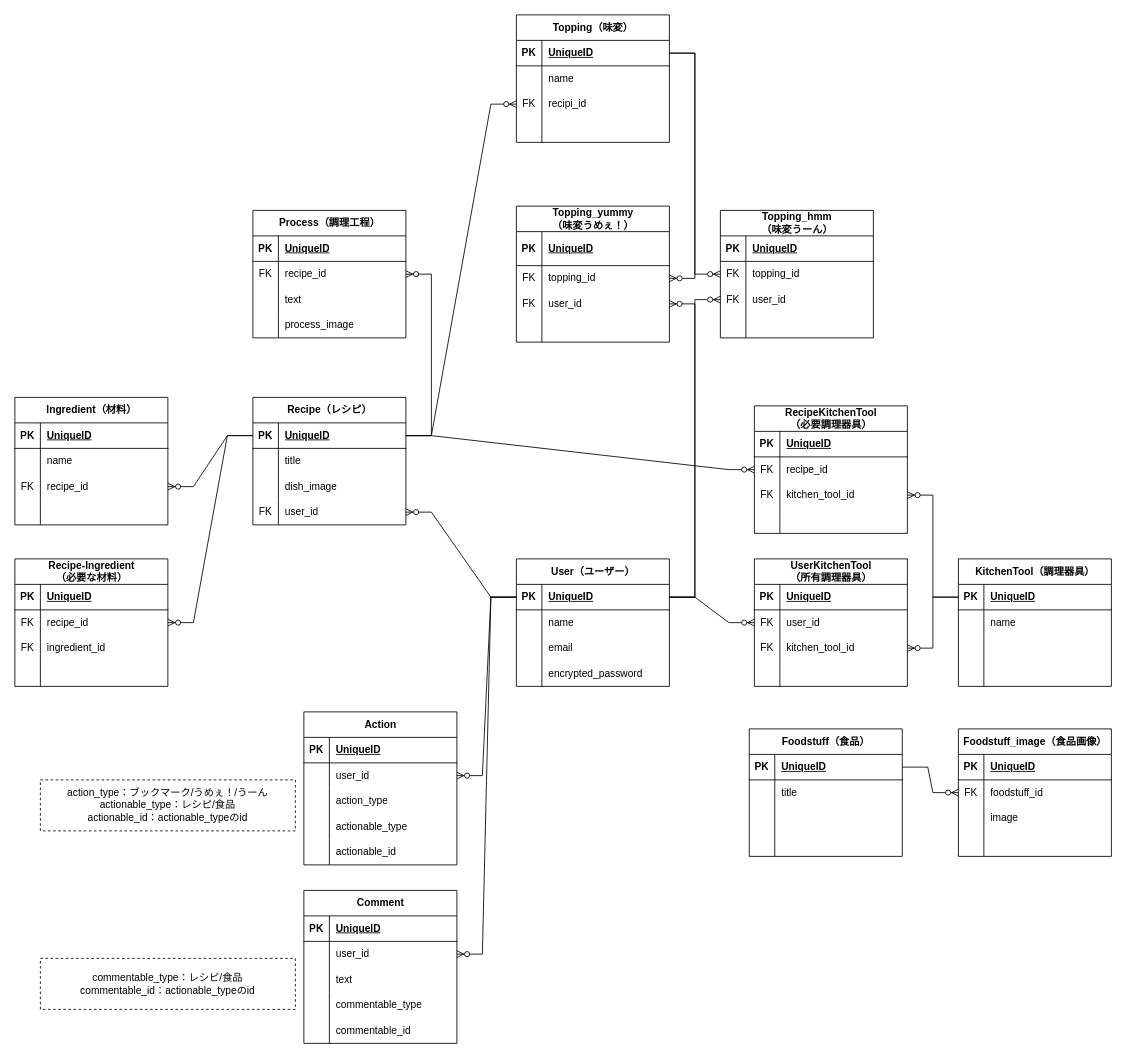
Before: E.R.Diagram_primorphic.drawio in ankoro-mochi24/portfolio, a draw.io diagram. Source tidied: cells renumbered, new cells numbered last; positions are measured from the earlier drawing's top-left corner, leaving out a move shared by most shapes. Both pictures are drawn from the tidied source at 85%, with x=0, y=0 at pixel (14, -109).
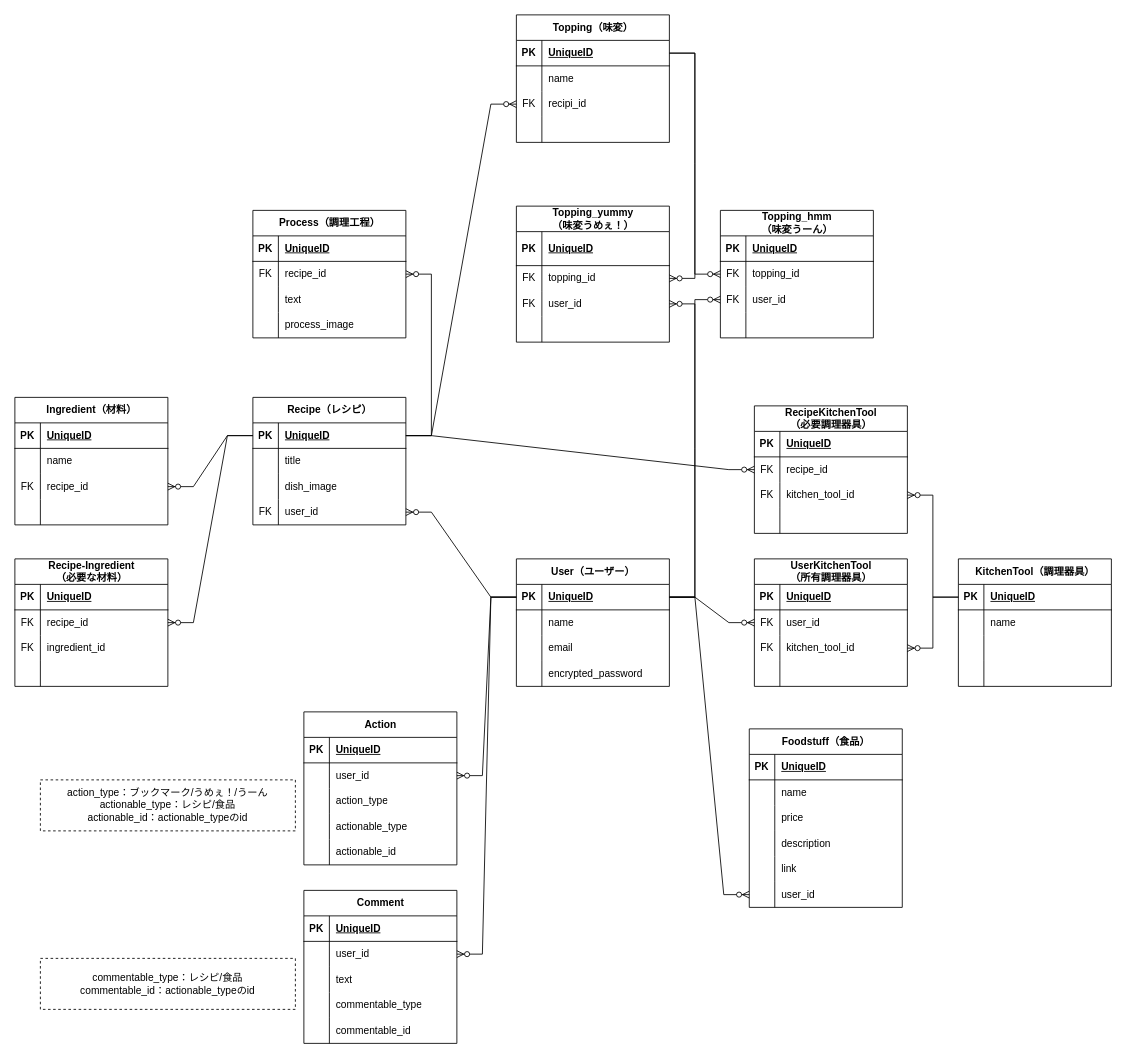
The same diagram, later.

Unchanged cells that the change refers to:
```xml
<mxCell id="3" style="shape=tableRow;horizontal=0;startSize=0;swimlaneHead=0;swimlaneBody=0;fillColor=none;points=[[0,0.5],[1,0.5]];portConstraint=eastwest;top=0;left=0;right=0;bottom=1;" parent="2" vertex="1">
  <mxGeometry y="30" width="180" height="30" as="geometry" />
</mxCell>
<mxCell id="29" style="shape=tableRow;horizontal=0;startSize=0;swimlaneHead=0;swimlaneBody=0;fillColor=none;points=[[0,0.5],[1,0.5]];portConstraint=eastwest;top=0;left=0;right=0;bottom=1;" parent="28" vertex="1">
  <mxGeometry y="30" width="180" height="30" as="geometry" />
</mxCell>
<mxCell id="32" style="shape=tableRow;horizontal=0;startSize=0;swimlaneHead=0;swimlaneBody=0;fillColor=none;top=0;left=0;right=0;bottom=0;" parent="28" vertex="1">
  <mxGeometry y="60" width="180" height="30" as="geometry" />
</mxCell>
<mxCell id="35" style="shape=tableRow;horizontal=0;startSize=0;swimlaneHead=0;swimlaneBody=0;fillColor=none;top=0;left=0;right=0;bottom=0;" parent="28" vertex="1">
  <mxGeometry y="90" width="180" height="30" as="geometry" />
</mxCell>
<mxCell id="38" style="shape=tableRow;horizontal=0;startSize=0;swimlaneHead=0;swimlaneBody=0;fillColor=none;top=0;left=0;right=0;bottom=0;" parent="28" vertex="1">
  <mxGeometry y="120" width="180" height="30" as="geometry" />
</mxCell>
```

Diff of the diagram source:
```diff
@@
     <mxCell id="28" value="Foodstuff（食品）" style="shape=table;startSize=30;childLayout=tableLayout;rowLines=0;fontStyle=1;align=center;html=1;" parent="1" vertex="1">
-      <mxGeometry x="864" y="985" width="180" height="150" as="geometry" />
+      <mxGeometry x="864" y="985" width="180" height="210" as="geometry" />
     </mxCell>
@@
-    <mxCell id="34" value="title" style="shape=partialRectangle;fillColor=none;top=0;left=0;bottom=0;right=0;align=left;spacingLeft=6;overflow=hidden;whiteSpace=wrap;html=1;" parent="32" vertex="1">
+    <mxCell id="34" value="name" style="shape=partialRectangle;fillColor=none;top=0;left=0;bottom=0;right=0;align=left;spacingLeft=6;overflow=hidden;whiteSpace=wrap;html=1;" parent="32" vertex="1">
       <mxGeometry x="30" width="150" height="30" as="geometry" />
     </mxCell>
@@
-    <mxCell id="37" style="shape=partialRectangle;fillColor=none;top=0;left=0;bottom=0;right=0;align=left;spacingLeft=6;overflow=hidden;whiteSpace=wrap;html=1;" parent="35" vertex="1">
+    <mxCell id="37" value="price" style="shape=partialRectangle;fillColor=none;top=0;left=0;bottom=0;right=0;align=left;spacingLeft=6;overflow=hidden;whiteSpace=wrap;html=1;" parent="35" vertex="1">
       <mxGeometry x="30" width="150" height="30" as="geometry" />
     </mxCell>
@@
-    <mxCell id="40" style="shape=partialRectangle;fillColor=none;top=0;left=0;bottom=0;right=0;align=left;spacingLeft=6;overflow=hidden;whiteSpace=wrap;html=1;" parent="38" vertex="1">
+    <mxCell id="40" value="description" style="shape=partialRectangle;fillColor=none;top=0;left=0;bottom=0;right=0;align=left;spacingLeft=6;overflow=hidden;whiteSpace=wrap;html=1;" parent="38" vertex="1">
       <mxGeometry x="30" width="150" height="30" as="geometry" />
     </mxCell>
+    <mxCell id="223" style="shape=tableRow;horizontal=0;startSize=0;swimlaneHead=0;swimlaneBody=0;fillColor=none;top=0;left=0;right=0;bottom=0;" parent="28" vertex="1">
+      <mxGeometry y="150" width="180" height="30" as="geometry" />
+    </mxCell>
+    <mxCell id="224" style="shape=partialRectangle;fillColor=none;top=0;left=0;bottom=0;right=0;overflow=hidden;whiteSpace=wrap;html=1;" parent="223" vertex="1">
+      <mxGeometry width="30" height="30" as="geometry" />
+    </mxCell>
+    <mxCell id="225" value="link" style="shape=partialRectangle;fillColor=none;top=0;left=0;bottom=0;right=0;align=left;spacingLeft=6;overflow=hidden;whiteSpace=wrap;html=1;" parent="223" vertex="1">
+      <mxGeometry x="30" width="150" height="30" as="geometry" />
+    </mxCell>
+    <mxCell id="226" style="shape=tableRow;horizontal=0;startSize=0;swimlaneHead=0;swimlaneBody=0;fillColor=none;points=[[0,0.5],[1,0.5]];portConstraint=eastwest;top=0;left=0;right=0;bottom=0;" parent="28" vertex="1">
+      <mxGeometry y="180" width="180" height="30" as="geometry" />
+    </mxCell>
+    <mxCell id="227" style="shape=partialRectangle;fillColor=none;top=0;left=0;bottom=0;right=0;overflow=hidden;whiteSpace=wrap;html=1;" parent="226" vertex="1">
+      <mxGeometry width="30" height="30" as="geometry" />
+    </mxCell>
+    <mxCell id="228" value="user_id" style="shape=partialRectangle;fillColor=none;top=0;left=0;bottom=0;right=0;align=left;spacingLeft=6;overflow=hidden;whiteSpace=wrap;html=1;" parent="226" vertex="1">
+      <mxGeometry x="30" width="150" height="30" as="geometry" />
+    </mxCell>
@@
-    <mxCell id="145" value="Foodstuff_image（食品画像）" style="shape=table;startSize=30;childLayout=tableLayout;rowLines=0;fontStyle=1;align=center;html=1;" parent="1" vertex="1">
-      <mxGeometry x="1110" y="985" width="180" height="150" as="geometry" />
-    </mxCell>
-    <mxCell id="146" style="shape=tableRow;horizontal=0;startSize=0;swimlaneHead=0;swimlaneBody=0;fillColor=none;top=0;left=0;right=0;bottom=1;" parent="145" vertex="1">
-      <mxGeometry y="30" width="180" height="30" as="geometry" />
-    </mxCell>
-    <mxCell id="147" value="PK" style="shape=partialRectangle;fillColor=none;top=0;left=0;bottom=0;right=0;fontStyle=1;overflow=hidden;whiteSpace=wrap;html=1;" parent="146" vertex="1">
-      <mxGeometry width="30" height="30" as="geometry" />
-    </mxCell>
-    <mxCell id="148" value="UniqueID" style="shape=partialRectangle;fillColor=none;top=0;left=0;bottom=0;right=0;align=left;spacingLeft=6;fontStyle=5;overflow=hidden;whiteSpace=wrap;html=1;" parent="146" vertex="1">
-      <mxGeometry x="30" width="150" height="30" as="geometry" />
-    </mxCell>
-    <mxCell id="149" style="shape=tableRow;horizontal=0;startSize=0;swimlaneHead=0;swimlaneBody=0;fillColor=none;points=[[0,0.5],[1,0.5]];portConstraint=eastwest;top=0;left=0;right=0;bottom=0;" parent="145" vertex="1">
-      <mxGeometry y="60" width="180" height="30" as="geometry" />
-    </mxCell>
-    <mxCell id="150" value="FK" style="shape=partialRectangle;fillColor=none;top=0;left=0;bottom=0;right=0;overflow=hidden;whiteSpace=wrap;html=1;" parent="149" vertex="1">
-      <mxGeometry width="30" height="30" as="geometry" />
-    </mxCell>
-    <mxCell id="151" value="foodstuff_id" style="shape=partialRectangle;fillColor=none;top=0;left=0;bottom=0;right=0;align=left;spacingLeft=6;overflow=hidden;whiteSpace=wrap;html=1;" parent="149" vertex="1">
-      <mxGeometry x="30" width="150" height="30" as="geometry" />
-    </mxCell>
-    <mxCell id="152" style="shape=tableRow;horizontal=0;startSize=0;swimlaneHead=0;swimlaneBody=0;fillColor=none;top=0;left=0;right=0;bottom=0;" parent="145" vertex="1">
-      <mxGeometry y="90" width="180" height="30" as="geometry" />
-    </mxCell>
-    <mxCell id="153" style="shape=partialRectangle;fillColor=none;top=0;left=0;bottom=0;right=0;overflow=hidden;whiteSpace=wrap;html=1;" parent="152" vertex="1">
-      <mxGeometry width="30" height="30" as="geometry" />
-    </mxCell>
-    <mxCell id="154" value="image" style="shape=partialRectangle;fillColor=none;top=0;left=0;bottom=0;right=0;align=left;spacingLeft=6;overflow=hidden;whiteSpace=wrap;html=1;" parent="152" vertex="1">
-      <mxGeometry x="30" width="150" height="30" as="geometry" />
-    </mxCell>
-    <mxCell id="155" style="shape=tableRow;horizontal=0;startSize=0;swimlaneHead=0;swimlaneBody=0;fillColor=none;top=0;left=0;right=0;bottom=0;" parent="145" vertex="1">
-      <mxGeometry y="120" width="180" height="30" as="geometry" />
-    </mxCell>
-    <mxCell id="156" style="shape=partialRectangle;fillColor=none;top=0;left=0;bottom=0;right=0;overflow=hidden;whiteSpace=wrap;html=1;" parent="155" vertex="1">
-      <mxGeometry width="30" height="30" as="geometry" />
-    </mxCell>
-    <mxCell id="157" style="shape=partialRectangle;fillColor=none;top=0;left=0;bottom=0;right=0;align=left;spacingLeft=6;overflow=hidden;whiteSpace=wrap;html=1;" parent="155" vertex="1">
-      <mxGeometry x="30" width="150" height="30" as="geometry" />
-    </mxCell>
@@
-    <mxCell id="190" style="edgeStyle=entityRelationEdgeStyle;fontSize=12;html=1;endArrow=ERzeroToMany;endFill=1;rounded=0;" parent="1" edge="1" source="29" target="149">
-      <mxGeometry relative="1" as="geometry" />
+    <mxCell id="190" style="edgeStyle=entityRelationEdgeStyle;fontSize=12;html=1;endArrow=ERzeroToMany;endFill=1;rounded=0;" parent="1" edge="1" source="3" target="226">
+      <mxGeometry relative="1" as="geometry">
+        <Array as="points">
+          <mxPoint x="660" y="1055" />
+        </Array>
+      </mxGeometry>
     </mxCell>
```
